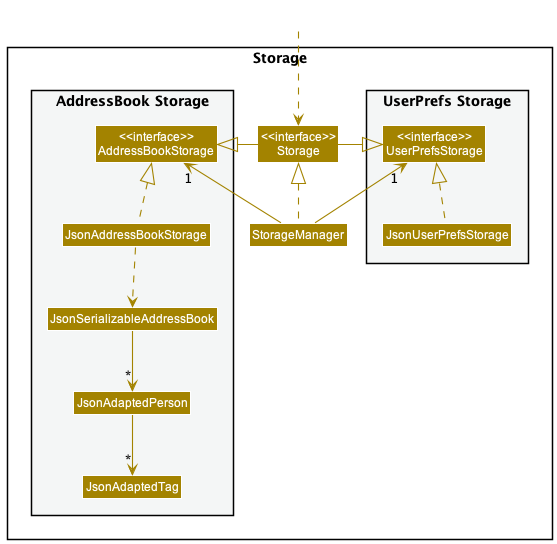
This is docs/images/StorageClassDiagram.png from nus-cs2103-AY2223S2/tp, a PlantUML export, as it was before one commit. Source of this version:
```plantuml
@startuml
!include style.puml
skinparam arrowThickness 1.1
skinparam arrowColor STORAGE_COLOR
skinparam classBackgroundColor STORAGE_COLOR

package Storage{

package "UserPrefs Storage" #F4F6F6{
Class "<<interface>>\nUserPrefsStorage" as UserPrefsStorage
Class JsonUserPrefsStorage
}

Class "<<interface>>\nStorage" as Storage
Class StorageManager

package "AddressBook Storage" #F4F6F6{
Class "<<interface>>\nAddressBookStorage" as AddressBookStorage
Class JsonAddressBookStorage
Class JsonSerializableAddressBook
Class JsonAdaptedPerson
Class JsonAdaptedTag
}

}

Class HiddenOutside #FFFFFF
HiddenOutside ..> Storage

StorageManager .up.|> Storage
StorageManager -up-> "1" UserPrefsStorage
StorageManager -up-> "1" AddressBookStorage

Storage -left-|> UserPrefsStorage
Storage -right-|> AddressBookStorage

JsonUserPrefsStorage .up.|> UserPrefsStorage
JsonAddressBookStorage .up.|> AddressBookStorage
JsonAddressBookStorage ..> JsonSerializableAddressBook
JsonSerializableAddressBook --> "*" JsonAdaptedPerson
JsonAdaptedPerson --> "*" JsonAdaptedTag

@enduml
```
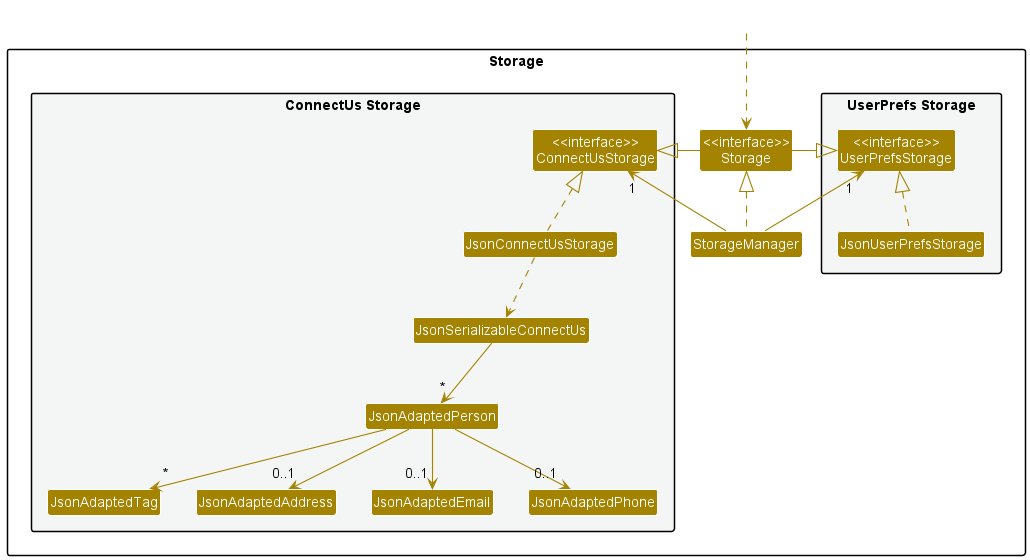
The same diagram one commit later.

The edit, as a diff of the source:
```diff
@@ -14,12 +14,15 @@
 Class "<<interface>>\nStorage" as Storage
 Class StorageManager
 
-package "AddressBook Storage" #F4F6F6{
-Class "<<interface>>\nAddressBookStorage" as AddressBookStorage
-Class JsonAddressBookStorage
-Class JsonSerializableAddressBook
+package "ConnectUs Storage" #F4F6F6{
+Class "<<interface>>\nConnectUsStorage" as ConnectUsStorage
+Class JsonConnectUsStorage
+Class JsonSerializableConnectUs
 Class JsonAdaptedPerson
 Class JsonAdaptedTag
+Class JsonAdaptedAddress
+Class JsonAdaptedEmail
+Class JsonAdaptedPhone
 }
 
 }
@@ -29,15 +32,18 @@
 
 StorageManager .up.|> Storage
 StorageManager -up-> "1" UserPrefsStorage
-StorageManager -up-> "1" AddressBookStorage
+StorageManager -up-> "1" ConnectUsStorage
 
 Storage -left-|> UserPrefsStorage
-Storage -right-|> AddressBookStorage
+Storage -right-|> ConnectUsStorage
 
 JsonUserPrefsStorage .up.|> UserPrefsStorage
-JsonAddressBookStorage .up.|> AddressBookStorage
-JsonAddressBookStorage ..> JsonSerializableAddressBook
-JsonSerializableAddressBook --> "*" JsonAdaptedPerson
+JsonConnectUsStorage .up.|> ConnectUsStorage
+JsonConnectUsStorage ..> JsonSerializableConnectUs
+JsonSerializableConnectUs --> "*" JsonAdaptedPerson
+JsonAdaptedPerson --> "0..1" JsonAdaptedAddress
+JsonAdaptedPerson --> "0..1" JsonAdaptedEmail
+JsonAdaptedPerson --> "0..1" JsonAdaptedPhone
 JsonAdaptedPerson --> "*" JsonAdaptedTag
 
 @enduml
```
